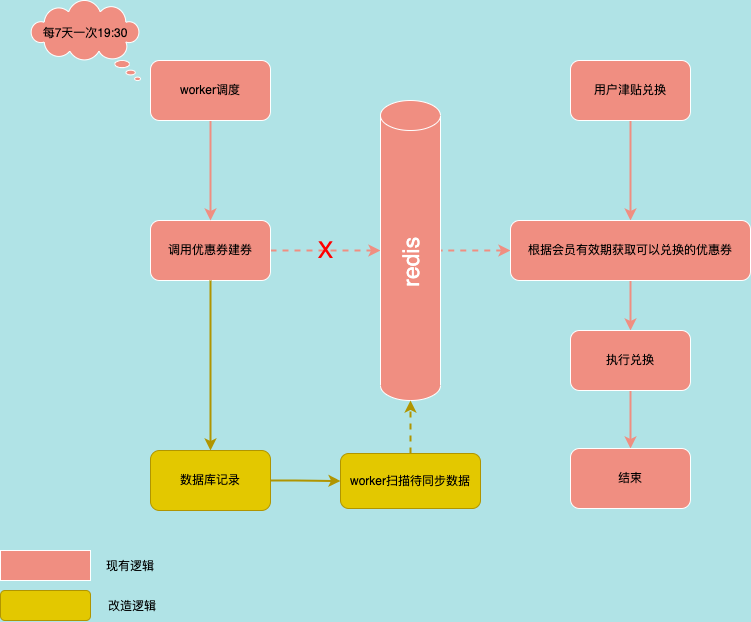
845642761/diagram keeps this draw.io diagram as 自动建券.png. Above is the earlier version. Source tidied: cells renumbered, new cells last; positions are measured from the earlier drawing's top-left corner, leaving out a move shared by most shapes.
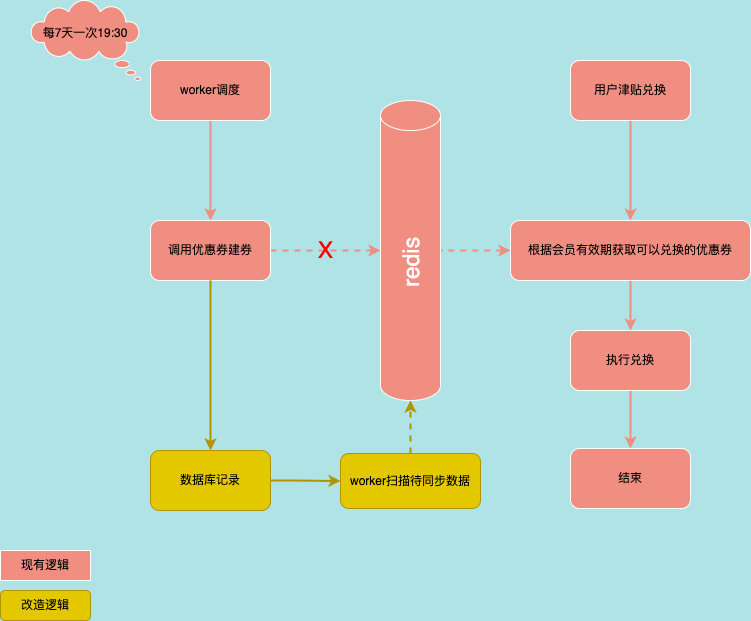
After the commit.

Commit message:
更新自动建券.png

Diff of the diagram source:
```diff
@@ -59,17 +59,11 @@
     <mxCell id="20" value="worker扫描待同步数据" style="whiteSpace=wrap;html=1;fillColor=#e3c800;strokeColor=#B09500;rounded=1;sketch=0;fontColor=#000000;" parent="1" vertex="1">
       <mxGeometry x="340" y="453" width="140" height="55" as="geometry" />
     </mxCell>
-    <mxCell id="21" style="rounded=0;whiteSpace=wrap;html=1;labelBackgroundColor=#ffffff;sketch=0;fontSize=12;fontColor=#FF0000;strokeColor=#FFFFFF;fillColor=#F08E81;" parent="1" vertex="1">
+    <mxCell id="21" value="现有逻辑" style="rounded=0;whiteSpace=wrap;html=1;labelBackgroundColor=none;sketch=0;fontSize=12;fontColor=#000000;strokeColor=#FFFFFF;fillColor=#F08E81;" parent="1" vertex="1">
       <mxGeometry y="550" width="90" height="30" as="geometry" />
     </mxCell>
-    <mxCell id="22" style="rounded=1;whiteSpace=wrap;html=1;labelBackgroundColor=#ffffff;sketch=0;fontSize=12;fontColor=#000000;strokeColor=#B09500;fillColor=#e3c800;" parent="1" vertex="1">
+    <mxCell id="22" value="改造逻辑" style="rounded=1;whiteSpace=wrap;html=1;labelBackgroundColor=none;sketch=0;fontSize=12;fontColor=#000000;strokeColor=#B09500;fillColor=#e3c800;" parent="1" vertex="1">
       <mxGeometry y="590" width="90" height="30" as="geometry" />
     </mxCell>
-    <mxCell id="23" value="现有逻辑" style="text;html=1;strokeColor=none;fillColor=none;align=center;verticalAlign=middle;whiteSpace=wrap;rounded=0;labelBackgroundColor=none;sketch=0;fontSize=12;fontColor=#000000;" parent="1" vertex="1">
-      <mxGeometry x="100" y="551" width="60" height="30" as="geometry" />
-    </mxCell>
-    <mxCell id="24" value="改造逻辑" style="text;html=1;strokeColor=none;fillColor=none;align=center;verticalAlign=middle;whiteSpace=wrap;rounded=0;labelBackgroundColor=none;sketch=0;fontSize=12;fontColor=#000000;" parent="1" vertex="1">
-      <mxGeometry x="102" y="591" width="60" height="30" as="geometry" />
-    </mxCell>
   </root>
 </mxGraphModel>
```
